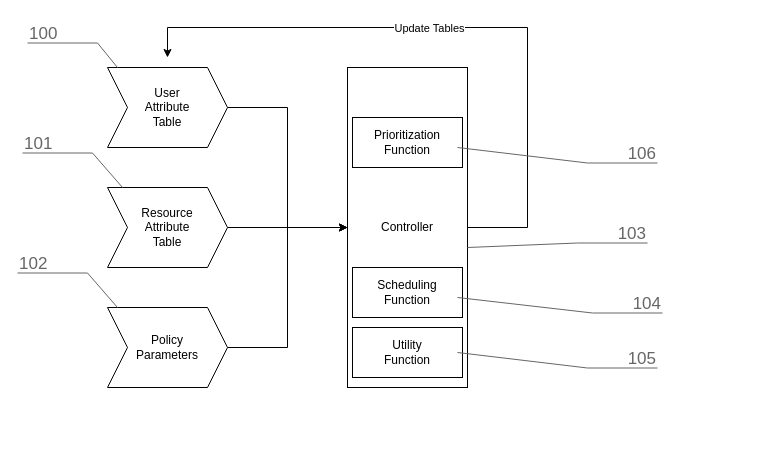
pantelis/aiml-common keeps this draw.io diagram as page "system-patent" (7 of 11) of lectures/ai-systems/going-back-to-work/images/going-back-to-work.drawio. Above is the earlier version. Source tidied: cells renumbered, new cells numbered last; positions are measured from the earlier drawing's top-left corner, leaving out a move shared by most shapes. Both pictures are drawn from the tidied source at 100%, with x=0, y=0 at pixel (17, 17).
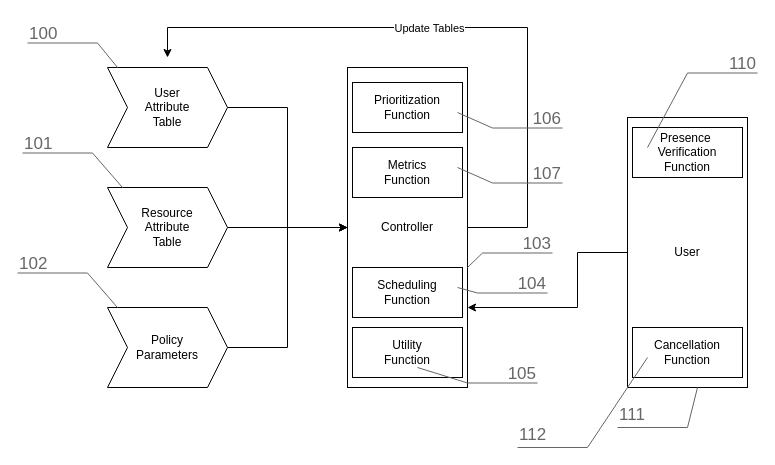
The same diagram, later.

Unchanged cells that the change refers to:
```xml
<mxCell id="10" value="Controller" style="rounded=0;whiteSpace=wrap;html=1;" parent="1" vertex="1">
  <mxGeometry x="330" y="50" width="120" height="320" as="geometry" />
</mxCell>
```

Diff of the diagram source:
```diff
@@
+    <mxCell id="21" value="User" style="rounded=0;whiteSpace=wrap;html=1;" parent="1" vertex="1">
+      <mxGeometry x="610" y="100" width="120" height="270" as="geometry" />
+    </mxCell>
@@
     <mxCell id="14" value="103" style="strokeWidth=1;shadow=0;dashed=0;align=center;html=1;shape=mxgraph.mockup.text.callout;linkText=;textSize=17;textColor=#666666;callDir=NE;callStyle=line;fontSize=17;fontColor=#666666;align=right;verticalAlign=top;strokeColor=#666666;" parent="1" vertex="1">
-      <mxGeometry x="450" y="200" width="180" height="30" as="geometry" />
+      <mxGeometry x="450" y="210" width="85" height="40" as="geometry" />
     </mxCell>
@@
     <mxCell id="16" value="104" style="strokeWidth=1;shadow=0;dashed=0;align=center;html=1;shape=mxgraph.mockup.text.callout;linkText=;textSize=17;textColor=#666666;callDir=NE;callStyle=line;fontSize=17;fontColor=#666666;align=right;verticalAlign=top;strokeColor=#666666;" parent="1" vertex="1">
-      <mxGeometry x="440" y="270" width="205" height="10" as="geometry" />
+      <mxGeometry x="440" y="250" width="90" height="20" as="geometry" />
     </mxCell>
@@
     <mxCell id="18" value="Prioritization&lt;br&gt;Function" style="rounded=0;whiteSpace=wrap;html=1;align=center;" parent="1" vertex="1">
-      <mxGeometry x="335" y="100" width="110" height="50" as="geometry" />
+      <mxGeometry x="335" y="65" width="110" height="50" as="geometry" />
     </mxCell>
     <mxCell id="19" value="105" style="strokeWidth=1;shadow=0;dashed=0;align=center;html=1;shape=mxgraph.mockup.text.callout;linkText=;textSize=17;textColor=#666666;callDir=NE;callStyle=line;fontSize=17;fontColor=#666666;align=right;verticalAlign=top;strokeColor=#666666;" parent="1" vertex="1">
-      <mxGeometry x="440" y="325" width="200" height="10" as="geometry" />
+      <mxGeometry x="400" y="340" width="120" height="10" as="geometry" />
     </mxCell>
     <mxCell id="20" value="106" style="strokeWidth=1;shadow=0;dashed=0;align=center;html=1;shape=mxgraph.mockup.text.callout;linkText=;textSize=17;textColor=#666666;callDir=NE;callStyle=line;fontSize=17;fontColor=#666666;align=right;verticalAlign=top;strokeColor=#666666;" parent="1" vertex="1">
-      <mxGeometry x="440" y="120" width="200" height="10" as="geometry" />
+      <mxGeometry x="440" y="85" width="105" height="10" as="geometry" />
     </mxCell>
+    <mxCell id="22" value="Metrics&lt;br&gt;Function" style="rounded=0;whiteSpace=wrap;html=1;align=center;" parent="1" vertex="1">
+      <mxGeometry x="335" y="130" width="110" height="50" as="geometry" />
+    </mxCell>
+    <mxCell id="23" value="107" style="strokeWidth=1;shadow=0;dashed=0;align=center;html=1;shape=mxgraph.mockup.text.callout;linkText=;textSize=17;textColor=#666666;callDir=NE;callStyle=line;fontSize=17;fontColor=#666666;align=right;verticalAlign=top;strokeColor=#666666;" parent="1" vertex="1">
+      <mxGeometry x="440" y="140" width="105" height="10" as="geometry" />
+    </mxCell>
+    <mxCell id="24" style="edgeStyle=orthogonalEdgeStyle;rounded=0;jettySize=auto;html=1;entryX=1;entryY=0.75;entryDx=0;entryDy=0;" parent="1" edge="1" source="21" target="10">
+      <mxGeometry relative="1" as="geometry">
+        <Array as="points">
+          <mxPoint x="560" y="235" />
+          <mxPoint x="560" y="290" />
+        </Array>
+      </mxGeometry>
+    </mxCell>
+    <mxCell id="25" value="111" style="strokeWidth=1;shadow=0;dashed=0;align=center;html=1;shape=mxgraph.mockup.text.callout;linkText=;textSize=17;textColor=#666666;callDir=SW;callStyle=line;fontSize=17;fontColor=#666666;align=left;verticalAlign=bottom;strokeColor=#666666;" parent="1" vertex="1">
+      <mxGeometry x="600" y="370" width="80" height="40" as="geometry" />
+    </mxCell>
+    <mxCell id="26" value="Cancellation&lt;br&gt;Function" style="rounded=0;whiteSpace=wrap;html=1;align=center;" parent="1" vertex="1">
+      <mxGeometry x="615" y="310" width="110" height="50" as="geometry" />
+    </mxCell>
+    <mxCell id="27" value="112" style="strokeWidth=1;shadow=0;dashed=0;align=center;html=1;shape=mxgraph.mockup.text.callout;linkText=;textSize=17;textColor=#666666;callDir=SW;callStyle=line;fontSize=17;fontColor=#666666;align=left;verticalAlign=bottom;strokeColor=#666666;" parent="1" vertex="1">
+      <mxGeometry x="500" y="340" width="130" height="90" as="geometry" />
+    </mxCell>
+    <mxCell id="28" value="Presence&amp;nbsp;&lt;br&gt;Verification&lt;br&gt;Function" style="rounded=0;whiteSpace=wrap;html=1;align=center;" parent="1" vertex="1">
+      <mxGeometry x="615" y="110" width="110" height="50" as="geometry" />
+    </mxCell>
+    <mxCell id="29" value="110" style="strokeWidth=1;shadow=0;dashed=0;align=center;html=1;shape=mxgraph.mockup.text.callout;linkText=;textSize=17;textColor=#666666;callDir=NE;callStyle=line;fontSize=17;fontColor=#666666;align=right;verticalAlign=top;strokeColor=#666666;" parent="1" vertex="1">
+      <mxGeometry x="630" y="30" width="110" height="100" as="geometry" />
+    </mxCell>
```
